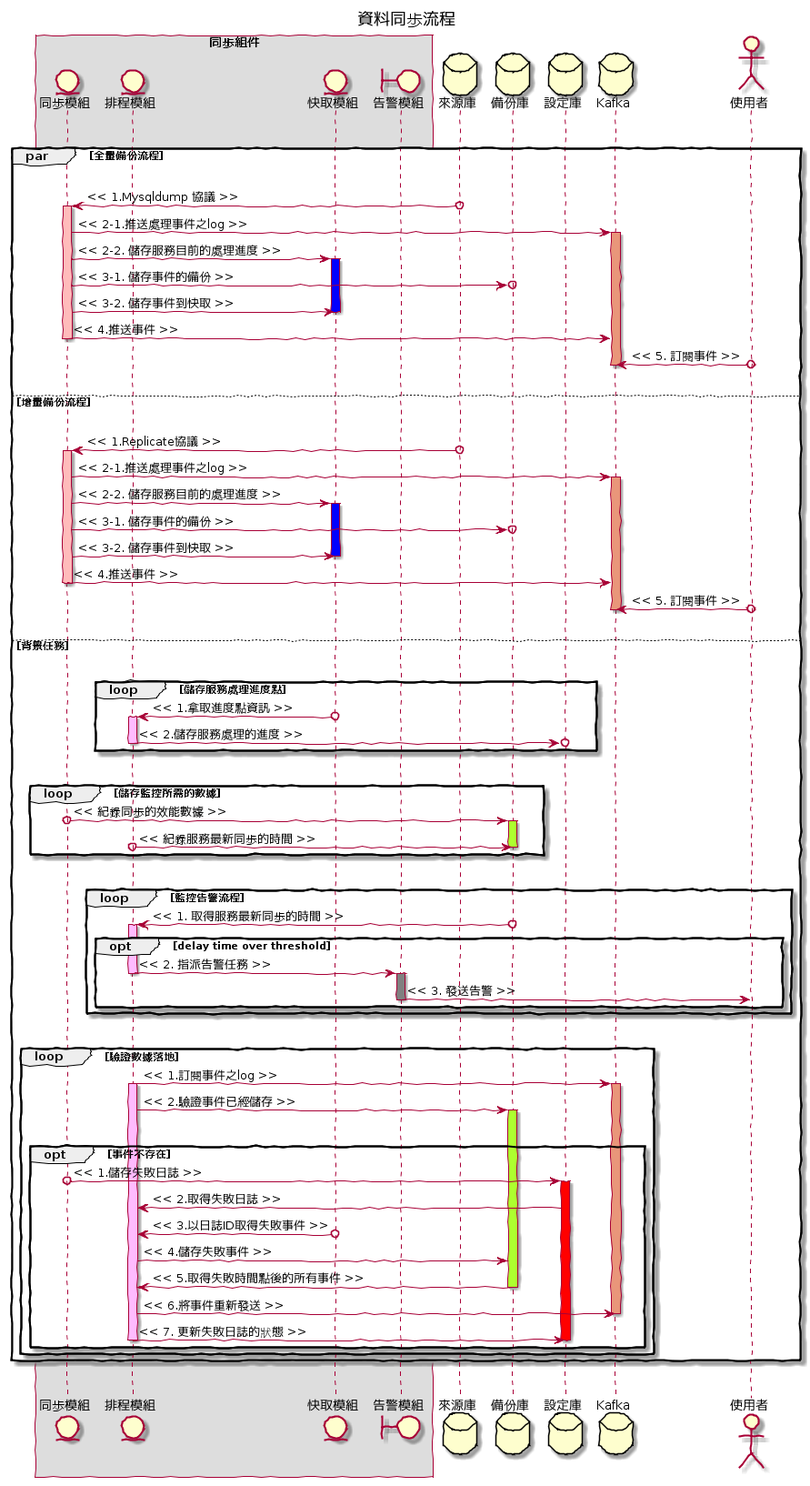
harveyjhuang777/harveyjhuang777.github.io keeps this PlantUML diagram as source/_posts/data-auto-pipeline/flow_zh.png. Above is the earlier version.
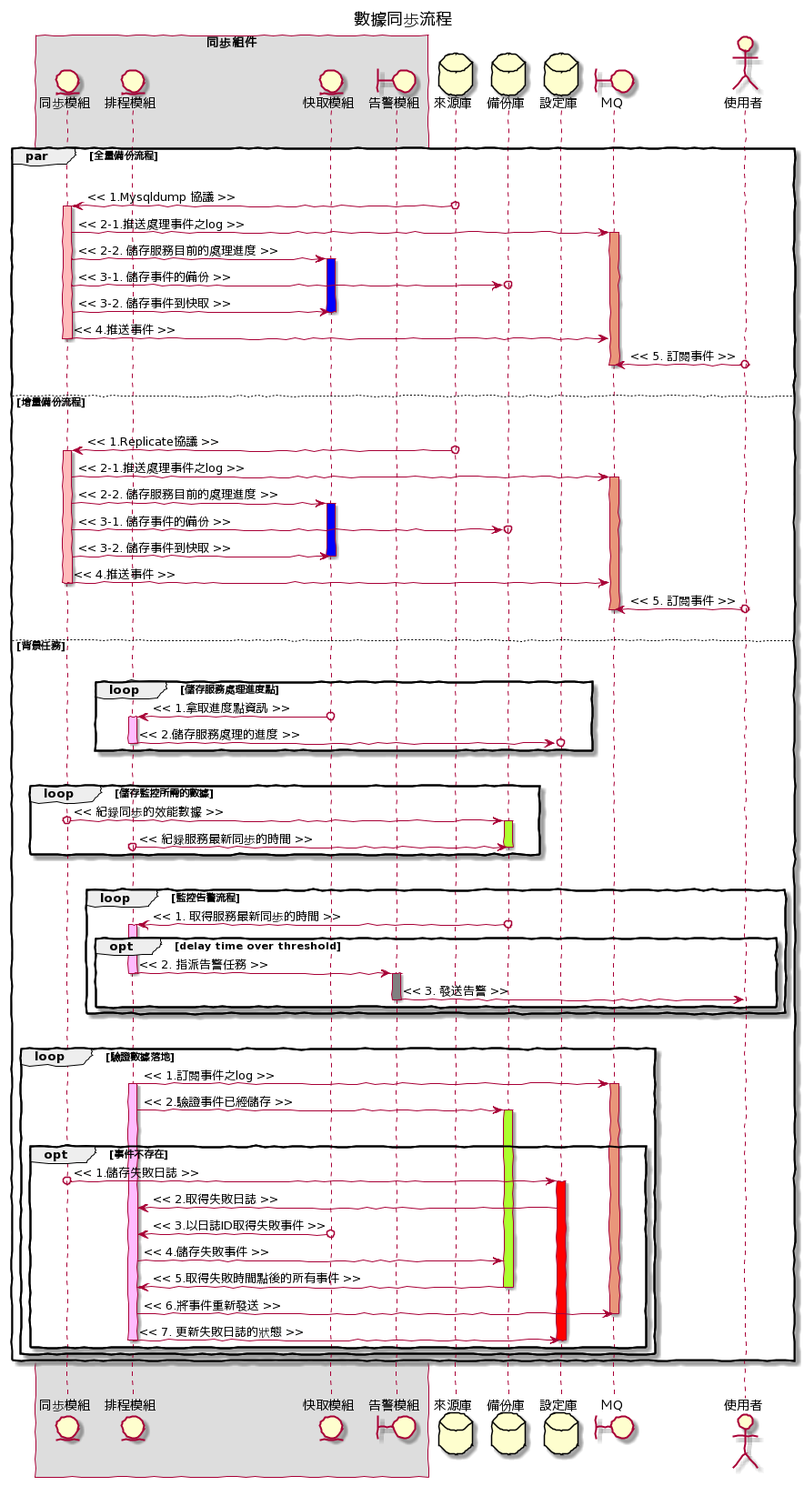
The same file after the commit.

Diff of the diagram source:
```diff
@@ -1,6 +1,6 @@
 @startuml
 skinparam handwritten true
-title 資料同步流程
+title 數據同步流程
 box "同步組件"
     entity "同步模組" as DSS
     entity "排程模組" as DWS
@@ -10,7 +10,7 @@
 database "來源庫" as SourceMySQL
 database "備份庫" as MongoDB
 database "設定庫" as MySQL
-database Kafka
+boundary "ＭQ" as Kafka
 actor "使用者" as SRV
 
 |||
```
